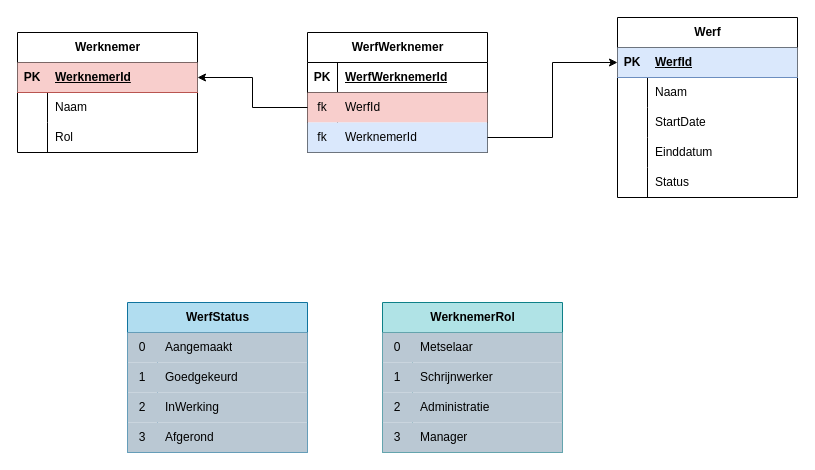
The draw.io diagram database_schema.drawio in Bakkar1/Mbark_For_Build_Software, before the edit. Source tidied: cells renumbered, new cells numbered last; positions are measured from the earlier drawing's top-left corner, leaving out a move shared by most shapes. Both pictures are drawn from the tidied source at 100%, with x=0, y=0 at pixel (17, 17).
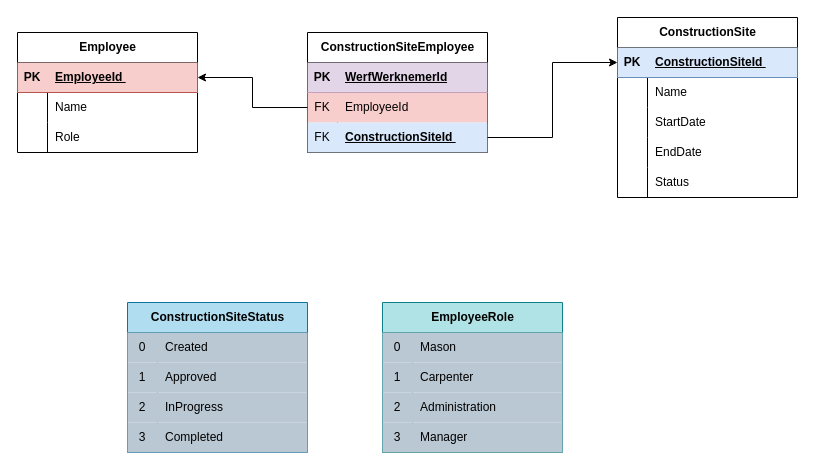
After the change.

The change refers to these unchanged cells:
```xml
<mxCell id="3" style="shape=tableRow;horizontal=0;startSize=0;swimlaneHead=0;swimlaneBody=0;fillColor=#dae8fc;points=[[0,0.5],[1,0.5]];portConstraint=eastwest;top=0;left=0;right=0;bottom=1;strokeColor=#6c8ebf;" parent="2" vertex="1">
  <mxGeometry y="30" width="180" height="30" as="geometry" />
</mxCell>
<mxCell id="6" style="shape=tableRow;horizontal=0;startSize=0;swimlaneHead=0;swimlaneBody=0;fillColor=none;top=0;left=0;right=0;bottom=0;" parent="2" vertex="1">
  <mxGeometry y="60" width="180" height="30" as="geometry" />
</mxCell>
<mxCell id="9" style="shape=tableRow;horizontal=0;startSize=0;swimlaneHead=0;swimlaneBody=0;fillColor=none;top=0;left=0;right=0;bottom=0;" parent="2" vertex="1">
  <mxGeometry y="90" width="180" height="30" as="geometry" />
</mxCell>
<mxCell id="12" style="shape=tableRow;horizontal=0;startSize=0;swimlaneHead=0;swimlaneBody=0;fillColor=none;top=0;left=0;right=0;bottom=0;" parent="2" vertex="1">
  <mxGeometry y="120" width="180" height="30" as="geometry" />
</mxCell>
<mxCell id="19" style="shape=tableRow;horizontal=0;startSize=0;swimlaneHead=0;swimlaneBody=0;fillColor=#f8cecc;points=[[0,0.5],[1,0.5]];portConstraint=eastwest;top=0;left=0;right=0;bottom=1;strokeColor=#b85450;" parent="18" vertex="1">
  <mxGeometry y="30" width="180" height="30" as="geometry" />
</mxCell>
<mxCell id="22" style="shape=tableRow;horizontal=0;startSize=0;swimlaneHead=0;swimlaneBody=0;fillColor=none;top=0;left=0;right=0;bottom=0;" parent="18" vertex="1">
  <mxGeometry y="60" width="180" height="30" as="geometry" />
</mxCell>
<mxCell id="25" style="shape=tableRow;horizontal=0;startSize=0;swimlaneHead=0;swimlaneBody=0;fillColor=none;top=0;left=0;right=0;bottom=0;" parent="18" vertex="1">
  <mxGeometry y="90" width="180" height="30" as="geometry" />
</mxCell>
<mxCell id="32" style="shape=tableRow;horizontal=0;startSize=0;swimlaneHead=0;swimlaneBody=0;fillColor=#f8cecc;points=[[0,0.5],[1,0.5]];portConstraint=eastwest;top=0;left=0;right=0;bottom=0;strokeColor=#b85450;" parent="28" vertex="1">
  <mxGeometry y="60" width="180" height="30" as="geometry" />
</mxCell>
<mxCell id="35" style="shape=tableRow;horizontal=0;startSize=0;swimlaneHead=0;swimlaneBody=0;fillColor=#dae8fc;points=[[0,0.5],[1,0.5]];portConstraint=eastwest;top=0;left=0;right=0;bottom=0;strokeColor=#6c8ebf;" parent="28" vertex="1">
  <mxGeometry y="90" width="180" height="30" as="geometry" />
</mxCell>
<mxCell id="41" style="shape=tableRow;horizontal=0;startSize=0;swimlaneHead=0;swimlaneBody=0;fillColor=#bac8d3;top=0;left=0;right=0;bottom=0;strokeColor=#23445d;" parent="40" vertex="1">
  <mxGeometry y="30" width="180" height="30" as="geometry" />
</mxCell>
<mxCell id="44" style="shape=tableRow;horizontal=0;startSize=0;swimlaneHead=0;swimlaneBody=0;fillColor=#bac8d3;top=0;left=0;right=0;bottom=0;strokeColor=#23445d;" parent="40" vertex="1">
  <mxGeometry y="60" width="180" height="30" as="geometry" />
</mxCell>
<mxCell id="47" style="shape=tableRow;horizontal=0;startSize=0;swimlaneHead=0;swimlaneBody=0;fillColor=#bac8d3;top=0;left=0;right=0;bottom=0;strokeColor=#23445d;" parent="40" vertex="1">
  <mxGeometry y="90" width="180" height="30" as="geometry" />
</mxCell>
<mxCell id="50" style="shape=tableRow;horizontal=0;startSize=0;swimlaneHead=0;swimlaneBody=0;fillColor=#bac8d3;top=0;left=0;right=0;bottom=0;strokeColor=#23445d;" parent="40" vertex="1">
  <mxGeometry y="120" width="180" height="30" as="geometry" />
</mxCell>
<mxCell id="54" style="shape=tableRow;horizontal=0;startSize=0;swimlaneHead=0;swimlaneBody=0;fillColor=#bac8d3;top=0;left=0;right=0;bottom=0;strokeColor=#23445d;" parent="53" vertex="1">
  <mxGeometry y="30" width="180" height="30" as="geometry" />
</mxCell>
<mxCell id="57" style="shape=tableRow;horizontal=0;startSize=0;swimlaneHead=0;swimlaneBody=0;fillColor=#bac8d3;top=0;left=0;right=0;bottom=0;strokeColor=#23445d;" parent="53" vertex="1">
  <mxGeometry y="60" width="180" height="30" as="geometry" />
</mxCell>
<mxCell id="60" style="shape=tableRow;horizontal=0;startSize=0;swimlaneHead=0;swimlaneBody=0;fillColor=#bac8d3;top=0;left=0;right=0;bottom=0;strokeColor=#23445d;" parent="53" vertex="1">
  <mxGeometry y="90" width="180" height="30" as="geometry" />
</mxCell>
<mxCell id="63" style="shape=tableRow;horizontal=0;startSize=0;swimlaneHead=0;swimlaneBody=0;fillColor=#bac8d3;top=0;left=0;right=0;bottom=0;strokeColor=#23445d;" parent="53" vertex="1">
  <mxGeometry y="120" width="180" height="30" as="geometry" />
</mxCell>
```

What changed in the source:
```diff
@@
-    <mxCell id="2" value="Werf" style="shape=table;startSize=30;childLayout=tableLayout;rowLines=0;fontStyle=1;align=center;html=1;fillColor=none;" parent="1" vertex="1">
+    <mxCell id="2" value="ConstructionSite" style="shape=table;startSize=30;childLayout=tableLayout;rowLines=0;fontStyle=1;align=center;html=1;fillColor=none;" parent="1" vertex="1">
       <mxGeometry x="600" width="180" height="180" as="geometry" />
     </mxCell>
@@
-    <mxCell id="5" value="&lt;span style=&quot;text-align: center; text-wrap: nowrap;&quot;&gt;WerfId&lt;/span&gt;" style="shape=partialRectangle;fillColor=none;top=0;left=0;bottom=0;right=0;align=left;spacingLeft=6;fontStyle=5;overflow=hidden;whiteSpace=wrap;html=1;" parent="3" vertex="1">
+    <mxCell id="5" value="ConstructionSiteId&amp;nbsp;" style="shape=partialRectangle;fillColor=none;top=0;left=0;bottom=0;right=0;align=left;spacingLeft=6;fontStyle=5;overflow=hidden;whiteSpace=wrap;html=1;" parent="3" vertex="1">
       <mxGeometry x="30" width="150" height="30" as="geometry" />
     </mxCell>
@@
-    <mxCell id="8" value="Naam  " style="shape=partialRectangle;fillColor=none;top=0;left=0;bottom=0;right=0;align=left;spacingLeft=6;overflow=hidden;whiteSpace=wrap;html=1;" parent="6" vertex="1">
+    <mxCell id="8" value="Name   " style="shape=partialRectangle;fillColor=none;top=0;left=0;bottom=0;right=0;align=left;spacingLeft=6;overflow=hidden;whiteSpace=wrap;html=1;" parent="6" vertex="1">
       <mxGeometry x="30" width="150" height="30" as="geometry" />
     </mxCell>
@@
-    <mxCell id="11" value="StartDate" style="shape=partialRectangle;fillColor=none;top=0;left=0;bottom=0;right=0;align=left;spacingLeft=6;overflow=hidden;whiteSpace=wrap;html=1;" parent="9" vertex="1">
+    <mxCell id="11" value="StartDate " style="shape=partialRectangle;fillColor=none;top=0;left=0;bottom=0;right=0;align=left;spacingLeft=6;overflow=hidden;whiteSpace=wrap;html=1;" parent="9" vertex="1">
       <mxGeometry x="30" width="150" height="30" as="geometry" />
     </mxCell>
@@
-    <mxCell id="14" value="Einddatum  " style="shape=partialRectangle;fillColor=none;top=0;left=0;bottom=0;right=0;align=left;spacingLeft=6;overflow=hidden;whiteSpace=wrap;html=1;" parent="12" vertex="1">
+    <mxCell id="14" value="EndDate   " style="shape=partialRectangle;fillColor=none;top=0;left=0;bottom=0;right=0;align=left;spacingLeft=6;overflow=hidden;whiteSpace=wrap;html=1;" parent="12" vertex="1">
       <mxGeometry x="30" width="150" height="30" as="geometry" />
     </mxCell>
@@
-    <mxCell id="18" value="Werknemer" style="shape=table;startSize=30;childLayout=tableLayout;rowLines=0;fontStyle=1;align=center;html=1;fillColor=none;" parent="1" vertex="1">
+    <mxCell id="18" value="Employee" style="shape=table;startSize=30;childLayout=tableLayout;rowLines=0;fontStyle=1;align=center;html=1;fillColor=none;" parent="1" vertex="1">
       <mxGeometry y="15" width="180" height="120" as="geometry" />
     </mxCell>
@@
-    <mxCell id="21" value="&lt;span style=&quot;text-align: center; text-wrap: nowrap;&quot;&gt;WerknemerId&lt;/span&gt;" style="shape=partialRectangle;fillColor=none;top=0;left=0;bottom=0;right=0;align=left;spacingLeft=6;fontStyle=5;overflow=hidden;whiteSpace=wrap;html=1;" parent="19" vertex="1">
+    <mxCell id="21" value="EmployeeId&amp;nbsp;" style="shape=partialRectangle;fillColor=none;top=0;left=0;bottom=0;right=0;align=left;spacingLeft=6;fontStyle=5;overflow=hidden;whiteSpace=wrap;html=1;" parent="19" vertex="1">
       <mxGeometry x="30" width="150" height="30" as="geometry" />
     </mxCell>
@@
-    <mxCell id="24" value="Naam" style="shape=partialRectangle;fillColor=none;top=0;left=0;bottom=0;right=0;align=left;spacingLeft=6;overflow=hidden;whiteSpace=wrap;html=1;" parent="22" vertex="1">
+    <mxCell id="24" value="Name " style="shape=partialRectangle;fillColor=none;top=0;left=0;bottom=0;right=0;align=left;spacingLeft=6;overflow=hidden;whiteSpace=wrap;html=1;" parent="22" vertex="1">
       <mxGeometry x="30" width="150" height="30" as="geometry" />
     </mxCell>
@@
-    <mxCell id="27" value="Rol" style="shape=partialRectangle;fillColor=none;top=0;left=0;bottom=0;right=0;align=left;spacingLeft=6;overflow=hidden;whiteSpace=wrap;html=1;" parent="25" vertex="1">
+    <mxCell id="27" value="Role " style="shape=partialRectangle;fillColor=none;top=0;left=0;bottom=0;right=0;align=left;spacingLeft=6;overflow=hidden;whiteSpace=wrap;html=1;" parent="25" vertex="1">
       <mxGeometry x="30" width="150" height="30" as="geometry" />
     </mxCell>
-    <mxCell id="28" value="WerfWerknemer" style="shape=table;startSize=30;childLayout=tableLayout;rowLines=0;fontStyle=1;align=center;html=1;fillColor=none;" parent="1" vertex="1">
+    <mxCell id="28" value="ConstructionSiteEmployee" style="shape=table;startSize=30;childLayout=tableLayout;rowLines=0;fontStyle=1;align=center;html=1;fillColor=none;" parent="1" vertex="1">
       <mxGeometry x="290" y="15" width="180" height="120" as="geometry" />
     </mxCell>
-    <mxCell id="29" style="shape=tableRow;horizontal=0;startSize=0;swimlaneHead=0;swimlaneBody=0;fillColor=none;top=0;left=0;right=0;bottom=1;" parent="28" vertex="1">
+    <mxCell id="29" style="shape=tableRow;horizontal=0;startSize=0;swimlaneHead=0;swimlaneBody=0;fillColor=#e1d5e7;top=0;left=0;right=0;bottom=1;strokeColor=#9673a6;" parent="28" vertex="1">
       <mxGeometry y="30" width="180" height="30" as="geometry" />
     </mxCell>
@@
-    <mxCell id="33" value="fk" style="shape=partialRectangle;fillColor=none;top=0;left=0;bottom=0;right=0;overflow=hidden;whiteSpace=wrap;html=1;" parent="32" vertex="1">
+    <mxCell id="33" value="FK" style="shape=partialRectangle;fillColor=none;top=0;left=0;bottom=0;right=0;overflow=hidden;whiteSpace=wrap;html=1;" parent="32" vertex="1">
       <mxGeometry width="30" height="30" as="geometry" />
     </mxCell>
-    <mxCell id="34" value="WerfId " style="shape=partialRectangle;fillColor=none;top=0;left=0;bottom=0;right=0;align=left;spacingLeft=6;overflow=hidden;whiteSpace=wrap;html=1;" parent="32" vertex="1">
+    <mxCell id="34" value="EmployeeId   " style="shape=partialRectangle;fillColor=none;top=0;left=0;bottom=0;right=0;align=left;spacingLeft=6;overflow=hidden;whiteSpace=wrap;html=1;" parent="32" vertex="1">
       <mxGeometry x="30" width="150" height="30" as="geometry" />
     </mxCell>
@@
-    <mxCell id="36" value="fk" style="shape=partialRectangle;fillColor=none;top=0;left=0;bottom=0;right=0;overflow=hidden;whiteSpace=wrap;html=1;" parent="35" vertex="1">
+    <mxCell id="36" value="FK" style="shape=partialRectangle;fillColor=none;top=0;left=0;bottom=0;right=0;overflow=hidden;whiteSpace=wrap;html=1;" parent="35" vertex="1">
       <mxGeometry width="30" height="30" as="geometry" />
     </mxCell>
-    <mxCell id="37" value="WerknemerId" style="shape=partialRectangle;fillColor=none;top=0;left=0;bottom=0;right=0;align=left;spacingLeft=6;overflow=hidden;whiteSpace=wrap;html=1;" parent="35" vertex="1">
+    <mxCell id="37" value="&lt;span style=&quot;font-weight: 700; text-decoration-line: underline;&quot;&gt;ConstructionSiteId&amp;nbsp;&lt;/span&gt;" style="shape=partialRectangle;fillColor=none;top=0;left=0;bottom=0;right=0;align=left;spacingLeft=6;overflow=hidden;whiteSpace=wrap;html=1;" parent="35" vertex="1">
       <mxGeometry x="30" width="150" height="30" as="geometry" />
     </mxCell>
@@
-    <mxCell id="40" value="WerfStatus" style="shape=table;startSize=30;childLayout=tableLayout;rowLines=0;fontStyle=1;align=center;html=1;fillColor=#b1ddf0;strokeColor=#10739e;" parent="1" vertex="1">
+    <mxCell id="40" value="ConstructionSiteStatus" style="shape=table;startSize=30;childLayout=tableLayout;rowLines=0;fontStyle=1;align=center;html=1;fillColor=#b1ddf0;strokeColor=#10739e;" parent="1" vertex="1">
       <mxGeometry x="110" y="285" width="180" height="150" as="geometry" />
     </mxCell>
@@
-    <mxCell id="43" value="Aangemaakt " style="shape=partialRectangle;fillColor=none;top=0;left=0;bottom=0;right=0;align=left;spacingLeft=6;overflow=hidden;whiteSpace=wrap;html=1;" parent="41" vertex="1">
+    <mxCell id="43" value="Created  " style="shape=partialRectangle;fillColor=none;top=0;left=0;bottom=0;right=0;align=left;spacingLeft=6;overflow=hidden;whiteSpace=wrap;html=1;" parent="41" vertex="1">
       <mxGeometry x="30" width="150" height="30" as="geometry" />
     </mxCell>
@@
-    <mxCell id="46" value="Goedgekeurd " style="shape=partialRectangle;fillColor=none;top=0;left=0;bottom=0;right=0;align=left;spacingLeft=6;overflow=hidden;whiteSpace=wrap;html=1;" parent="44" vertex="1">
+    <mxCell id="46" value="Approved  " style="shape=partialRectangle;fillColor=none;top=0;left=0;bottom=0;right=0;align=left;spacingLeft=6;overflow=hidden;whiteSpace=wrap;html=1;" parent="44" vertex="1">
       <mxGeometry x="30" width="150" height="30" as="geometry" />
     </mxCell>
@@
-    <mxCell id="49" value="InWerking " style="shape=partialRectangle;fillColor=none;top=0;left=0;bottom=0;right=0;align=left;spacingLeft=6;overflow=hidden;whiteSpace=wrap;html=1;" parent="47" vertex="1">
+    <mxCell id="49" value="InProgress  " style="shape=partialRectangle;fillColor=none;top=0;left=0;bottom=0;right=0;align=left;spacingLeft=6;overflow=hidden;whiteSpace=wrap;html=1;" parent="47" vertex="1">
       <mxGeometry x="30" width="150" height="30" as="geometry" />
     </mxCell>
@@
-    <mxCell id="52" value="Afgerond " style="shape=partialRectangle;fillColor=none;top=0;left=0;bottom=0;right=0;align=left;spacingLeft=6;overflow=hidden;whiteSpace=wrap;html=1;" parent="50" vertex="1">
+    <mxCell id="52" value="Completed  " style="shape=partialRectangle;fillColor=none;top=0;left=0;bottom=0;right=0;align=left;spacingLeft=6;overflow=hidden;whiteSpace=wrap;html=1;" parent="50" vertex="1">
       <mxGeometry x="30" width="150" height="30" as="geometry" />
     </mxCell>
-    <mxCell id="53" value="WerknemerRol" style="shape=table;startSize=30;childLayout=tableLayout;rowLines=0;fontStyle=1;align=center;html=1;fillColor=#b0e3e6;strokeColor=#0e8088;" parent="1" vertex="1">
+    <mxCell id="53" value="EmployeeRole" style="shape=table;startSize=30;childLayout=tableLayout;rowLines=0;fontStyle=1;align=center;html=1;fillColor=#b0e3e6;strokeColor=#0e8088;" parent="1" vertex="1">
       <mxGeometry x="365" y="285" width="180" height="150" as="geometry" />
     </mxCell>
@@
-    <mxCell id="56" value="Metselaar " style="shape=partialRectangle;fillColor=none;top=0;left=0;bottom=0;right=0;align=left;spacingLeft=6;overflow=hidden;whiteSpace=wrap;html=1;" parent="54" vertex="1">
+    <mxCell id="56" value="Mason  " style="shape=partialRectangle;fillColor=none;top=0;left=0;bottom=0;right=0;align=left;spacingLeft=6;overflow=hidden;whiteSpace=wrap;html=1;" parent="54" vertex="1">
       <mxGeometry x="30" width="150" height="30" as="geometry" />
     </mxCell>
@@
-    <mxCell id="59" value="Schrijnwerker " style="shape=partialRectangle;fillColor=none;top=0;left=0;bottom=0;right=0;align=left;spacingLeft=6;overflow=hidden;whiteSpace=wrap;html=1;" parent="57" vertex="1">
+    <mxCell id="59" value="Carpenter  " style="shape=partialRectangle;fillColor=none;top=0;left=0;bottom=0;right=0;align=left;spacingLeft=6;overflow=hidden;whiteSpace=wrap;html=1;" parent="57" vertex="1">
       <mxGeometry x="30" width="150" height="30" as="geometry" />
     </mxCell>
@@
-    <mxCell id="62" value="Administratie " style="shape=partialRectangle;fillColor=none;top=0;left=0;bottom=0;right=0;align=left;spacingLeft=6;overflow=hidden;whiteSpace=wrap;html=1;" parent="60" vertex="1">
+    <mxCell id="62" value="Administration  " style="shape=partialRectangle;fillColor=none;top=0;left=0;bottom=0;right=0;align=left;spacingLeft=6;overflow=hidden;whiteSpace=wrap;html=1;" parent="60" vertex="1">
       <mxGeometry x="30" width="150" height="30" as="geometry" />
     </mxCell>
@@
-    <mxCell id="65" value="Manager " style="shape=partialRectangle;fillColor=none;top=0;left=0;bottom=0;right=0;align=left;spacingLeft=6;overflow=hidden;whiteSpace=wrap;html=1;" parent="63" vertex="1">
+    <mxCell id="65" value="Manager  " style="shape=partialRectangle;fillColor=none;top=0;left=0;bottom=0;right=0;align=left;spacingLeft=6;overflow=hidden;whiteSpace=wrap;html=1;" parent="63" vertex="1">
       <mxGeometry x="30" width="150" height="30" as="geometry" />
     </mxCell>
```
